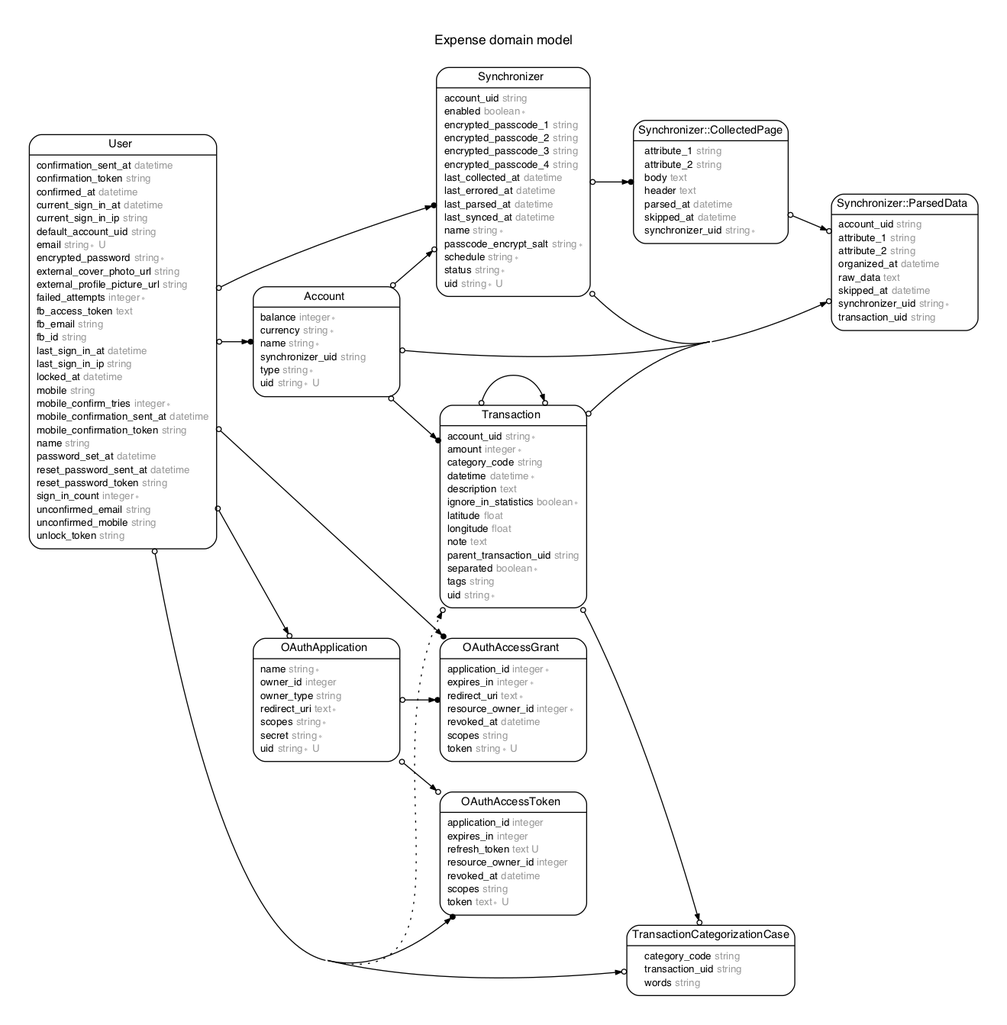
This is erd.png from expenture/Expense, a Graphviz export, as it was before one commit. Its source is kept beside it as erd.dot.
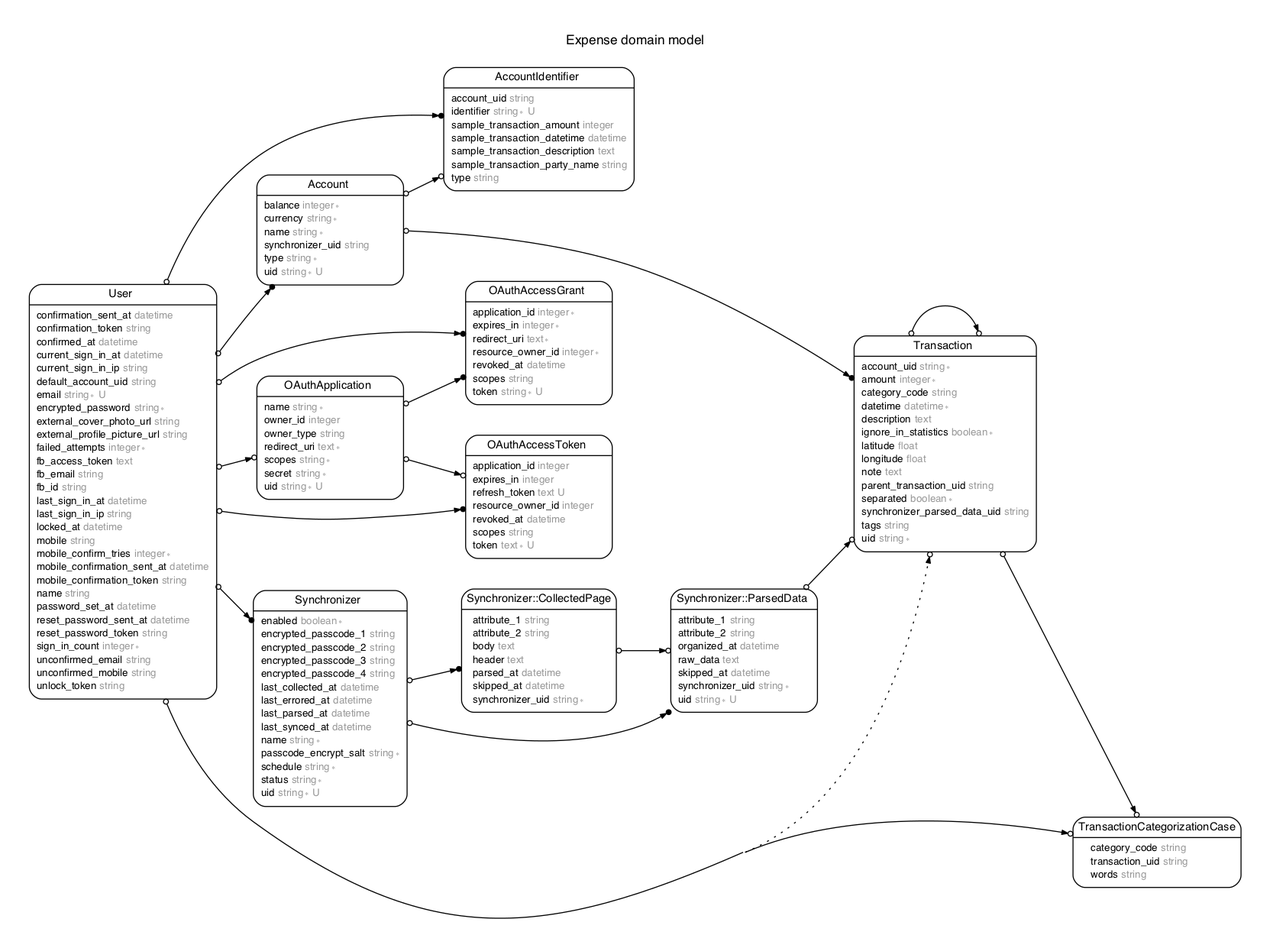
The same file after the commit.

The edit, as a diff of the source:
```diff
@@ -22,6 +22,20 @@
   <tr><td align="left" width="130" port="synchronizer_uid">synchronizer_uid <font face="Arial ItalicMT" color="grey60">string</font></td></tr>
   <tr><td align="left" width="130" port="type">type <font face="Arial ItalicMT" color="grey60">string ∗</font></td></tr>
   <tr><td align="left" width="130" port="uid">uid <font face="Arial ItalicMT" color="grey60">string ∗ U</font></td></tr>
+</table>
+>];
+m_AccountIdentifier [label = <<table border="0" align="center" cellspacing="0.5" cellpadding="0" width="134">
+  <tr><td align="center" valign="bottom" width="130"><font face="Arial BoldMT" point-size="11">AccountIdentifier</font></td></tr>
+</table>
+|
+<table border="0" align="left" cellspacing="2" cellpadding="0" width="134">
+  <tr><td align="left" width="130" port="account_uid">account_uid <font face="Arial ItalicMT" color="grey60">string</font></td></tr>
+  <tr><td align="left" width="130" port="identifier">identifier <font face="Arial ItalicMT" color="grey60">string ∗ U</font></td></tr>
+  <tr><td align="left" width="130" port="sample_transaction_amount">sample_transaction_amount <font face="Arial ItalicMT" color="grey60">integer</font></td></tr>
+  <tr><td align="left" width="130" port="sample_transaction_datetime">sample_transaction_datetime <font face="Arial ItalicMT" color="grey60">datetime</font></td></tr>
+  <tr><td align="left" width="130" port="sample_transaction_description">sample_transaction_description <font face="Arial ItalicMT" color="grey60">text</font></td></tr>
+  <tr><td align="left" width="130" port="sample_transaction_party_name">sample_transaction_party_name <font face="Arial ItalicMT" color="grey60">string</font></td></tr>
+  <tr><td align="left" width="130" port="type">type <font face="Arial ItalicMT" color="grey60">string</font></td></tr>
 </table>
 >];
 m_OAuthAccessGrant [label = <<table border="0" align="center" cellspacing="0.5" cellpadding="0" width="134">
@@ -71,7 +85,6 @@
 </table>
 |
 <table border="0" align="left" cellspacing="2" cellpadding="0" width="134">
-  <tr><td align="left" width="130" port="account_uid">account_uid <font face="Arial ItalicMT" color="grey60">string</font></td></tr>
   <tr><td align="left" width="130" port="enabled">enabled <font face="Arial ItalicMT" color="grey60">boolean ∗</font></td></tr>
   <tr><td align="left" width="130" port="encrypted_passcode_1">encrypted_passcode_1 <font face="Arial ItalicMT" color="grey60">string</font></td></tr>
   <tr><td align="left" width="130" port="encrypted_passcode_2">encrypted_passcode_2 <font face="Arial ItalicMT" color="grey60">string</font></td></tr>
@@ -107,14 +120,13 @@
 </table>
 |
 <table border="0" align="left" cellspacing="2" cellpadding="0" width="134">
-  <tr><td align="left" width="130" port="account_uid">account_uid <font face="Arial ItalicMT" color="grey60">string</font></td></tr>
   <tr><td align="left" width="130" port="attribute_1">attribute_1 <font face="Arial ItalicMT" color="grey60">string</font></td></tr>
   <tr><td align="left" width="130" port="attribute_2">attribute_2 <font face="Arial ItalicMT" color="grey60">string</font></td></tr>
   <tr><td align="left" width="130" port="organized_at">organized_at <font face="Arial ItalicMT" color="grey60">datetime</font></td></tr>
   <tr><td align="left" width="130" port="raw_data">raw_data <font face="Arial ItalicMT" color="grey60">text</font></td></tr>
   <tr><td align="left" width="130" port="skipped_at">skipped_at <font face="Arial ItalicMT" color="grey60">datetime</font></td></tr>
   <tr><td align="left" width="130" port="synchronizer_uid">synchronizer_uid <font face="Arial ItalicMT" color="grey60">string ∗</font></td></tr>
-  <tr><td align="left" width="130" port="transaction_uid">transaction_uid <font face="Arial ItalicMT" color="grey60">string</font></td></tr>
+  <tr><td align="left" width="130" port="uid">uid <font face="Arial ItalicMT" color="grey60">string ∗ U</font></td></tr>
 </table>
 >];
 m_Transaction [label = <<table border="0" align="center" cellspacing="0.5" cellpadding="0" width="134">
@@ -133,6 +145,7 @@
   <tr><td align="left" width="130" port="note">note <font face="Arial ItalicMT" color="grey60">text</font></td></tr>
   <tr><td align="left" width="130" port="parent_transaction_uid">parent_transaction_uid <font face="Arial ItalicMT" color="grey60">string</font></td></tr>
   <tr><td align="left" width="130" port="separated">separated <font face="Arial ItalicMT" color="grey60">boolean ∗</font></td></tr>
+  <tr><td align="left" width="130" port="synchronizer_parsed_data_uid">synchronizer_parsed_data_uid <font face="Arial ItalicMT" color="grey60">string</font></td></tr>
   <tr><td align="left" width="130" port="tags">tags <font face="Arial ItalicMT" color="grey60">string</font></td></tr>
   <tr><td align="left" width="130" port="uid">uid <font face="Arial ItalicMT" color="grey60">string ∗</font></td></tr>
 </table>
@@ -188,17 +201,17 @@
   m_User -> m_OAuthAccessToken [arrowsize = "0.6", arrowhead = "dotnormal", arrowtail = "odot", weight = "1"];
   m_OAuthApplication -> m_OAuthAccessToken [arrowsize = "0.6", arrowhead = "odotnormal", arrowtail = "odot", weight = "2"];
   m_User -> m_OAuthApplication [arrowsize = "0.6", arrowhead = "odotnormal", arrowtail = "odot", weight = "1"];
-  m_User -> m_Synchronizer [arrowsize = "0.6", arrowhead = "dotnormal", arrowtail = "odot", weight = "4"];
-  m_Account -> m_Synchronizer [arrowsize = "0.6", arrowhead = "odotnormal", arrowtail = "odot", weight = "3"];
-  m_Synchronizer -> "m_Synchronizer::CollectedPage" [arrowsize = "0.6", arrowhead = "dotnormal", arrowtail = "odot", weight = "4"];
-  m_Synchronizer -> "m_Synchronizer::ParsedData" [arrowsize = "0.6", arrowhead = "dotnormal", arrowtail = "odot", weight = "4"];
   m_User -> m_Account [arrowsize = "0.6", arrowhead = "dotnormal", arrowtail = "odot", weight = "3"];
   m_User -> m_Transaction [style = "dotted", arrowsize = "0.6", arrowhead = "odotnormal", arrowtail = "odot", weight = "1", constraint = "false"];
   m_User -> m_TransactionCategorizationCase [arrowsize = "0.6", arrowhead = "odotnormal", arrowtail = "odot", weight = "2"];
+  m_User -> m_Synchronizer [arrowsize = "0.6", arrowhead = "dotnormal", arrowtail = "odot", weight = "4"];
+  m_User -> m_AccountIdentifier [arrowsize = "0.6", arrowhead = "dotnormal", arrowtail = "odot", weight = "2"];
   m_Account -> m_Transaction [arrowsize = "0.6", arrowhead = "dotnormal", arrowtail = "odot", weight = "4"];
-  m_Account -> "m_Synchronizer::ParsedData" [arrowsize = "0.6", arrowhead = "odotnormal", arrowtail = "odot", weight = "3"];
-  m_Transaction -> "m_Synchronizer::ParsedData" [arrowsize = "0.6", arrowhead = "odotnormal", arrowtail = "odot", weight = "2"];
+  m_Account -> m_AccountIdentifier [arrowsize = "0.6", arrowhead = "odotnormal", arrowtail = "odot", weight = "3"];
   m_Transaction -> m_Transaction [arrowsize = "0.6", arrowhead = "odotnormal", arrowtail = "odot", weight = "4"];
+  "m_Synchronizer::ParsedData" -> m_Transaction [arrowsize = "0.6", arrowhead = "odotnormal", arrowtail = "odot", weight = "3"];
+  m_Synchronizer -> "m_Synchronizer::CollectedPage" [arrowsize = "0.6", arrowhead = "dotnormal", arrowtail = "odot", weight = "4"];
+  m_Synchronizer -> "m_Synchronizer::ParsedData" [arrowsize = "0.6", arrowhead = "dotnormal", arrowtail = "odot", weight = "4"];
   "m_Synchronizer::CollectedPage" -> "m_Synchronizer::ParsedData" [arrowsize = "0.6", arrowhead = "odotnormal", arrowtail = "odot", weight = "2"];
   m_Transaction -> m_TransactionCategorizationCase [arrowsize = "0.6", arrowhead = "odotnormal", arrowtail = "odot", weight = "1"];
 }
```
